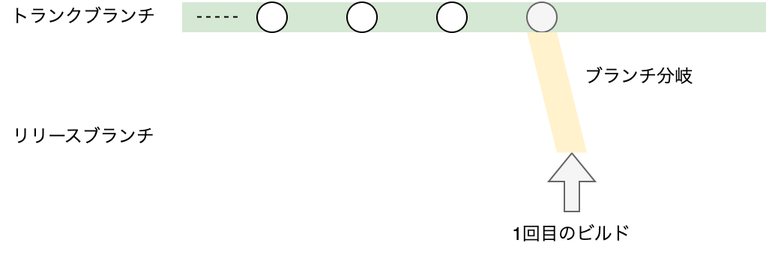
shotaIDE/zenn keeps this draw.io diagram as images/mobile-trunk-based-release-strategy/trunk-based-regular-release_01.png. Above is the earlier version. Source tidied: cells renumbered, new cells last; positions are measured from the earlier drawing's top-left corner, leaving out a move shared by most shapes.
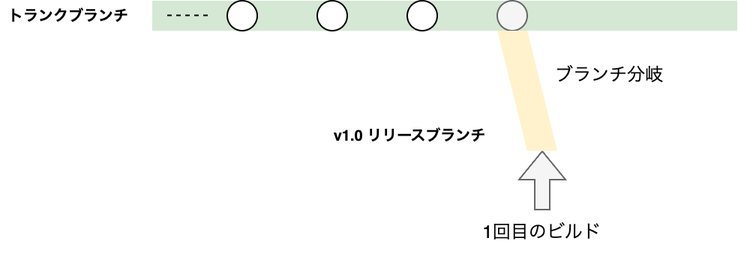
Later version of the same file.

Diff of the diagram source:
```diff
@@ -17,11 +17,11 @@
     <mxCell id="6" style="ellipse;whiteSpace=wrap;html=1;fillColor=#f5f5f5;strokeColor=#666666;fontColor=#333333;" parent="1" vertex="1">
       <mxGeometry x="351" y="1" width="20" height="20" as="geometry" />
     </mxCell>
-    <mxCell id="7" value="トランクブランチ" style="text;html=1;strokeColor=none;fillColor=none;align=center;verticalAlign=middle;whiteSpace=wrap;rounded=0;" parent="1" vertex="1">
-      <mxGeometry y="-0.2" width="111" height="22.5" as="geometry" />
+    <mxCell id="7" value="&lt;font style=&quot;font-size: 10px;&quot;&gt;&lt;b&gt;トランクブランチ&lt;/b&gt;&lt;/font&gt;" style="text;html=1;strokeColor=none;fillColor=none;align=center;verticalAlign=middle;whiteSpace=wrap;rounded=0;" parent="1" vertex="1">
+      <mxGeometry x="20" y="0.4" width="91" height="21.2" as="geometry" />
     </mxCell>
-    <mxCell id="8" value="リリースブランチ" style="text;html=1;strokeColor=none;fillColor=none;align=center;verticalAlign=middle;whiteSpace=wrap;rounded=0;" parent="1" vertex="1">
-      <mxGeometry x="5" y="81" width="101" height="20" as="geometry" />
+    <mxCell id="8" value="&lt;b&gt;&lt;font style=&quot;font-size: 10px;&quot;&gt;v1.0 リリースブランチ&lt;/font&gt;&lt;/b&gt;" style="text;html=1;strokeColor=none;fillColor=none;align=center;verticalAlign=middle;whiteSpace=wrap;rounded=0;" parent="1" vertex="1">
+      <mxGeometry x="235" y="81.2" width="116" height="20" as="geometry" />
     </mxCell>
     <mxCell id="9" style="shape=flexArrow;endArrow=classic;html=1;rounded=0;fillColor=#f5f5f5;strokeColor=#666666;" parent="1" edge="1">
       <mxGeometry relative="1" as="geometry">
```
